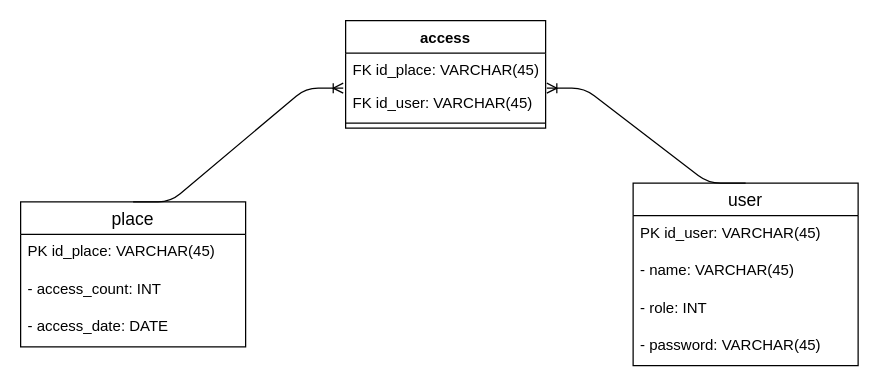
This is db/database_schema.drawio from Stop-Technologies/go-backend, a draw.io file, before an edit. Source tidied: cells renumbered, new cells numbered last; positions are measured from the earlier drawing's top-left corner, leaving out a move shared by most shapes. Both pictures are drawn from the tidied source at 125%, with x=0, y=0 at pixel (20, 20).
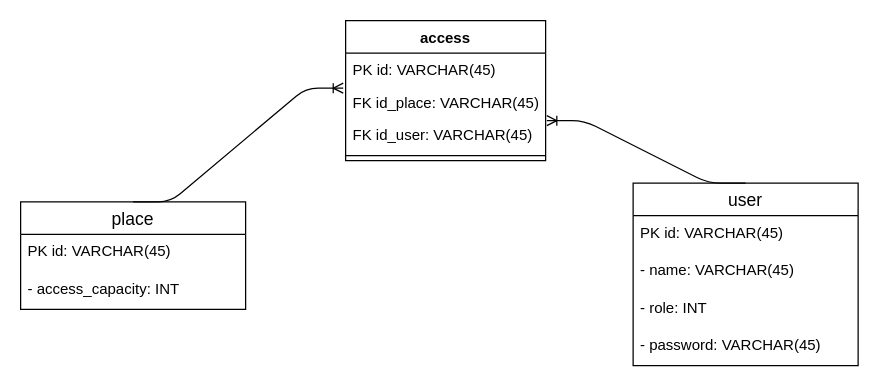
Above is the later version.

Change to the diagram source:
```diff
@@
 <mxGraphModel>
   <root>
     <mxCell id="0" />
     <mxCell id="1" parent="0" />
     <mxCell id="2" value="user" style="swimlane;fontStyle=0;horizontal=1;startSize=26;align=center;fontSize=14;" parent="1" vertex="1">
       <mxGeometry x="490" y="130" width="180" height="146" as="geometry" />
     </mxCell>
-    <mxCell id="3" value="PK id_user: VARCHAR(45)" style="text;strokeColor=none;fillColor=none;spacingLeft=4;spacingRight=4;overflow=hidden;fontSize=12;" parent="2" vertex="1">
+    <mxCell id="3" value="PK id: VARCHAR(45)" style="text;strokeColor=none;fillColor=none;spacingLeft=4;spacingRight=4;overflow=hidden;fontSize=12;" parent="2" vertex="1">
       <mxGeometry y="26" width="180" height="30" as="geometry" />
     </mxCell>
     <mxCell id="4" value="- name: VARCHAR(45)" style="text;strokeColor=none;fillColor=none;spacingLeft=4;spacingRight=4;overflow=hidden;fontSize=12;" parent="2" vertex="1">
       <mxGeometry y="56" width="180" height="30" as="geometry" />
     </mxCell>
     <mxCell id="5" value="- role: INT" style="text;strokeColor=none;fillColor=none;spacingLeft=4;spacingRight=4;overflow=hidden;fontSize=12;" parent="2" vertex="1">
       <mxGeometry y="86" width="180" height="30" as="geometry" />
     </mxCell>
     <mxCell id="6" value="- password: VARCHAR(45)" style="text;strokeColor=none;fillColor=none;spacingLeft=4;spacingRight=4;overflow=hidden;fontSize=12;" parent="2" vertex="1">
       <mxGeometry y="116" width="180" height="30" as="geometry" />
     </mxCell>
     <mxCell id="7" value="place" style="swimlane;fontStyle=0;horizontal=1;startSize=26;align=center;fontSize=14;" parent="1" vertex="1">
-      <mxGeometry y="145" width="180" height="116" as="geometry" />
+      <mxGeometry y="145" width="180" height="86" as="geometry" />
     </mxCell>
-    <mxCell id="8" value="PK id_place: VARCHAR(45)" style="text;strokeColor=none;fillColor=none;spacingLeft=4;spacingRight=4;overflow=hidden;fontSize=12;" parent="7" vertex="1">
+    <mxCell id="8" value="PK id: VARCHAR(45)" style="text;strokeColor=none;fillColor=none;spacingLeft=4;spacingRight=4;overflow=hidden;fontSize=12;" parent="7" vertex="1">
       <mxGeometry y="26" width="180" height="30" as="geometry" />
     </mxCell>
-    <mxCell id="9" value="- access_count: INT" style="text;strokeColor=none;fillColor=none;spacingLeft=4;spacingRight=4;overflow=hidden;fontSize=12;" parent="7" vertex="1">
+    <mxCell id="9" value="- access_capacity: INT" style="text;strokeColor=none;fillColor=none;spacingLeft=4;spacingRight=4;overflow=hidden;fontSize=12;" parent="7" vertex="1">
       <mxGeometry y="56" width="180" height="30" as="geometry" />
     </mxCell>
-    <mxCell id="10" value="- access_date: DATE" style="text;strokeColor=none;fillColor=none;spacingLeft=4;spacingRight=4;overflow=hidden;fontSize=12;" parent="7" vertex="1">
-      <mxGeometry y="86" width="180" height="30" as="geometry" />
-    </mxCell>
     <mxCell id="11" value="access" style="swimlane;fontStyle=1;align=center;verticalAlign=top;horizontal=1;startSize=26;" parent="1" vertex="1">
-      <mxGeometry x="260" width="160" height="86" as="geometry" />
+      <mxGeometry x="260" width="160" height="112" as="geometry" />
     </mxCell>
-    <mxCell id="12" value="FK id_place: VARCHAR(45)" style="text;strokeColor=none;fillColor=none;align=left;verticalAlign=top;spacingLeft=4;spacingRight=4;overflow=hidden;points=[[0,0.5],[1,0.5]];portConstraint=eastwest;" parent="11" vertex="1">
+    <mxCell id="12" value="PK id: VARCHAR(45)" style="text;strokeColor=none;fillColor=none;align=left;verticalAlign=top;spacingLeft=4;spacingRight=4;overflow=hidden;points=[[0,0.5],[1,0.5]];portConstraint=eastwest;" parent="11" vertex="1">
       <mxGeometry y="26" width="160" height="26" as="geometry" />
     </mxCell>
+    <mxCell id="17" value="FK id_place: VARCHAR(45)" style="text;strokeColor=none;fillColor=none;align=left;verticalAlign=top;spacingLeft=4;spacingRight=4;overflow=hidden;" parent="11" vertex="1">
+      <mxGeometry y="52" width="160" height="26" as="geometry" />
+    </mxCell>
     <mxCell id="13" value="FK id_user: VARCHAR(45)" style="text;strokeColor=none;fillColor=none;align=left;verticalAlign=top;spacingLeft=4;spacingRight=4;overflow=hidden;points=[[0,0.5],[1,0.5]];portConstraint=eastwest;" parent="11" vertex="1">
-      <mxGeometry y="52" width="160" height="26" as="geometry" />
+      <mxGeometry y="78" width="160" height="26" as="geometry" />
     </mxCell>
     <mxCell id="14" style="line;strokeWidth=1;fillColor=none;align=left;verticalAlign=middle;spacingTop=-1;spacingLeft=3;spacingRight=3;labelPosition=right;" parent="11" vertex="1">
-      <mxGeometry y="78" width="160" height="8" as="geometry" />
+      <mxGeometry y="104" width="160" height="8" as="geometry" />
     </mxCell>
     <mxCell id="15" style="edgeStyle=entityRelationEdgeStyle;fontSize=12;html=1;endArrow=ERoneToMany;exitX=0.5;exitY=0;exitDx=0;exitDy=0;entryX=-0.012;entryY=1.077;entryDx=0;entryDy=0;entryPerimeter=0;" parent="1" edge="1" source="7" target="12">
       <mxGeometry relative="1" as="geometry" />
     </mxCell>
     <mxCell id="16" style="edgeStyle=entityRelationEdgeStyle;fontSize=12;html=1;endArrow=ERoneToMany;exitX=0.5;exitY=0;exitDx=0;exitDy=0;entryX=1.006;entryY=0.077;entryDx=0;entryDy=0;entryPerimeter=0;" parent="1" edge="1" source="2" target="13">
       <mxGeometry relative="1" as="geometry" />
     </mxCell>
   </root>
 </mxGraphModel>
```
